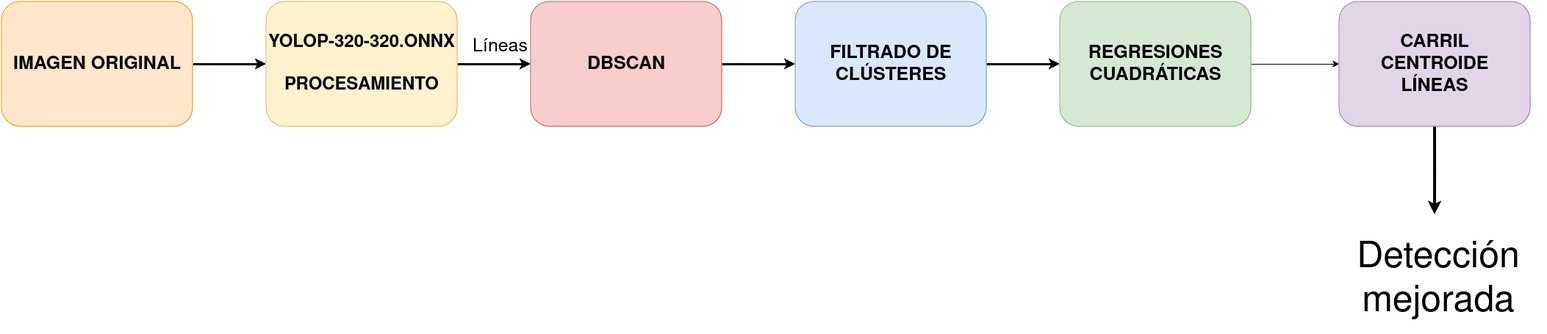
Earlier version of the draw.io export memoria-tfg/figs/Diseño/YOLOP/esquema.png (RoboticsLabURJC/2022-tfg-barbara-villalba). Source tidied: cells renumbered, new cells last; positions are measured from the earlier drawing's top-left corner, leaving out a move shared by most shapes.
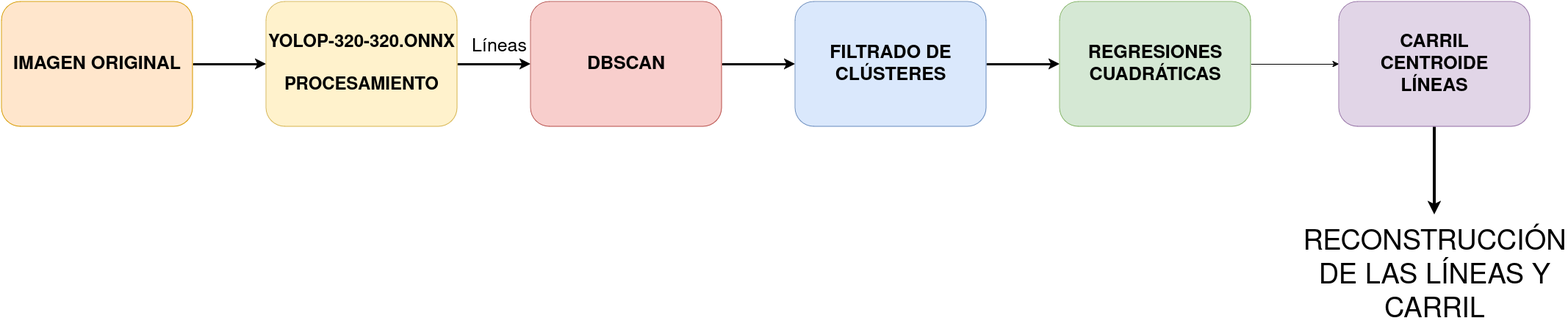
The same file after the commit.

What changed in the source:
```diff
@@ -42,11 +42,11 @@
         <mxPoint x="1950" y="290" as="targetPoint" />
       </mxGeometry>
     </mxCell>
-    <mxCell id="14" value="&lt;div style=&quot;font-size: 25px;&quot;&gt;&lt;font style=&quot;font-size: 25px;&quot;&gt;&lt;b&gt;CARRIL&lt;br&gt;&lt;/b&gt;&lt;/font&gt;&lt;/div&gt;&lt;div style=&quot;font-size: 25px;&quot;&gt;&lt;font style=&quot;font-size: 25px;&quot;&gt;&lt;b&gt;CENTROIDE&lt;/b&gt;&lt;/font&gt;&lt;/div&gt;&lt;div style=&quot;font-size: 25px;&quot;&gt;&lt;font style=&quot;font-size: 25px;&quot;&gt;&lt;b&gt;LÍNEAS &lt;br&gt;&lt;/b&gt;&lt;/font&gt;&lt;/div&gt;" style="rounded=1;whiteSpace=wrap;html=1;fillColor=#e1d5e7;strokeColor=#9673a6;" parent="1" vertex="1">
+    <mxCell id="14" value="&lt;div style=&quot;font-size: 25px;&quot;&gt;&lt;font style=&quot;font-size: 25px;&quot;&gt;&lt;b&gt;CARRIL&lt;br&gt;&lt;/b&gt;&lt;/font&gt;&lt;/div&gt;&lt;div style=&quot;font-size: 25px;&quot;&gt;&lt;font style=&quot;font-size: 25px;&quot;&gt;&lt;b&gt;CENTROIDE&lt;/b&gt;&lt;/font&gt;&lt;/div&gt;&lt;div style=&quot;font-size: 25px;&quot;&gt;&lt;font style=&quot;font-size: 25px;&quot;&gt;&lt;b&gt;LÍNEAS&lt;br&gt;&lt;/b&gt;&lt;/font&gt;&lt;/div&gt;" style="rounded=1;whiteSpace=wrap;html=1;fillColor=#e1d5e7;strokeColor=#9673a6;" parent="1" vertex="1">
       <mxGeometry x="1820" width="260" height="170" as="geometry" />
     </mxCell>
-    <mxCell id="15" value="&lt;font style=&quot;font-size: 50px;&quot;&gt;Detección mejorada&lt;/font&gt;" style="text;html=1;align=center;verticalAlign=middle;whiteSpace=wrap;rounded=0;" parent="1" vertex="1">
-      <mxGeometry x="1810" y="310" width="290" height="140" as="geometry" />
-    </mxCell>
+    <mxCell id="16" value="&lt;font style=&quot;font-size: 38px;&quot;&gt;RECONSTRUCCIÓN DE LAS LÍNEAS Y CARRIL&lt;/font&gt;" style="text;html=1;align=center;verticalAlign=middle;whiteSpace=wrap;rounded=0;" parent="1" vertex="1">
+      <mxGeometry x="1887.5" y="370" width="125" height="10" as="geometry" />
+    </mxCell>
   </root>
 </mxGraphModel>
```
